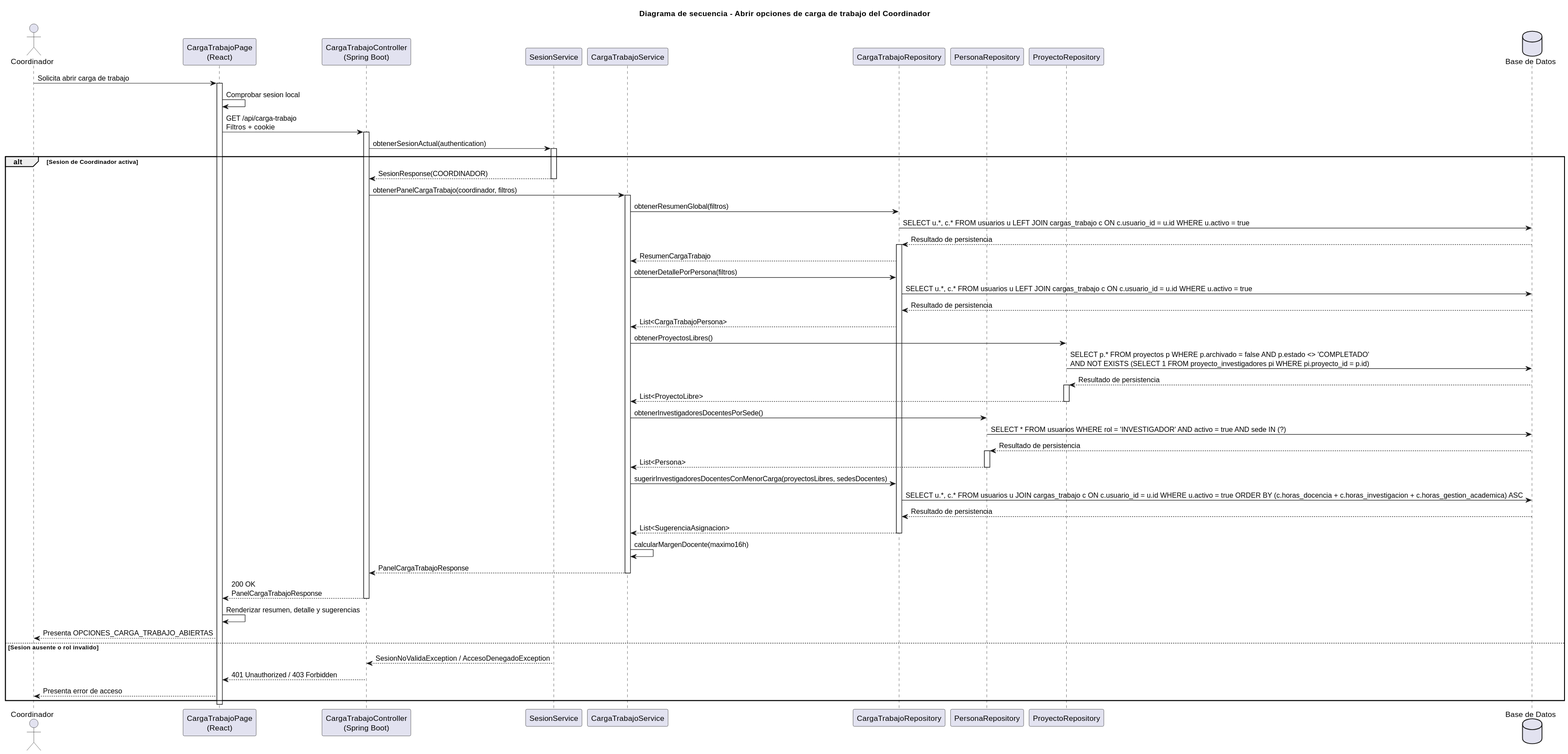
The PlantUML diagram images/RUP/02-diseño/casos-uso/coordinador/abrirOpcionesCargaTrabajo/secuencia.svg in beatriizorozco/25-26-idsw2-sdVC, before a commit.
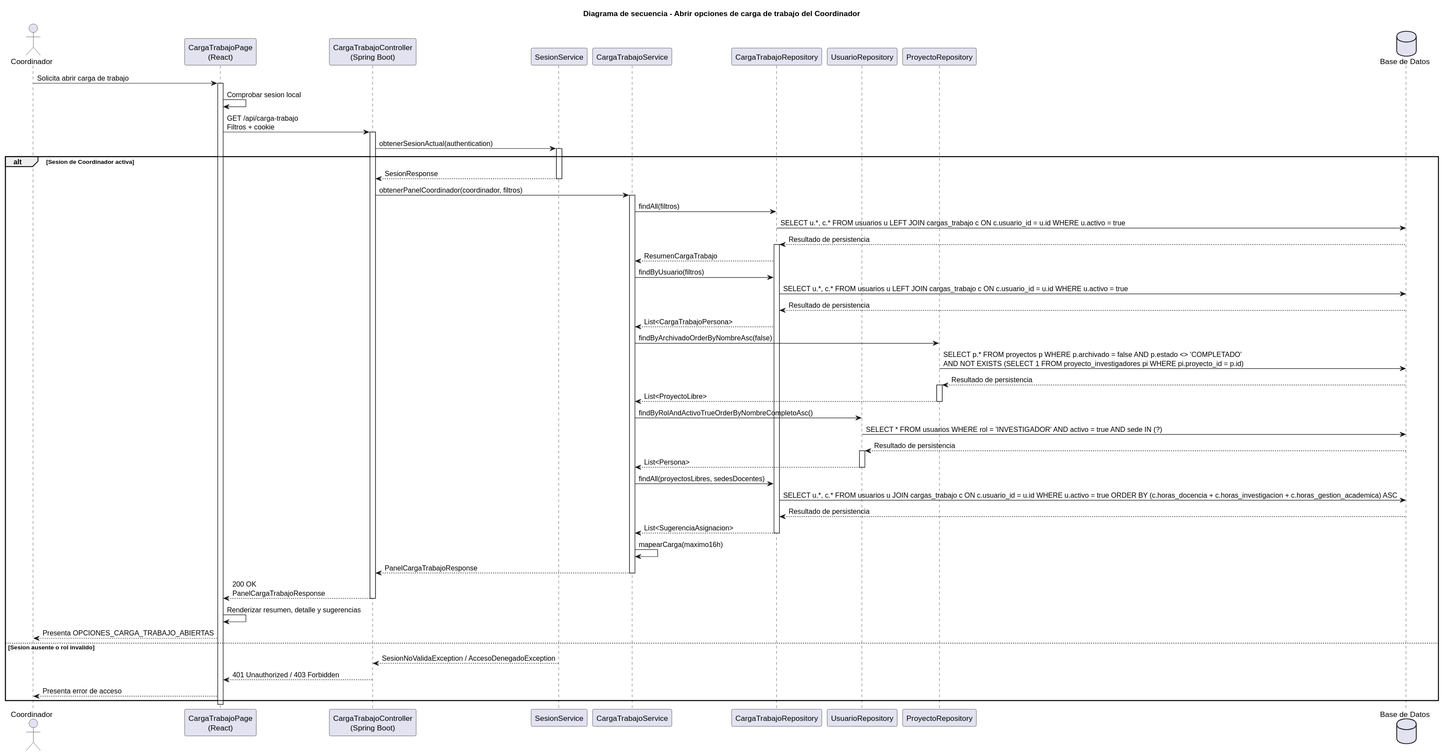
After the change.

What changed in the source:
```diff
@@ -7,7 +7,7 @@
 participant "SesionService" as Sesion
 participant "CargaTrabajoService" as Service
 participant "CargaTrabajoRepository" as CargaRepo
-participant "PersonaRepository" as PersonaRepo
+participant "UsuarioRepository" as PersonaRepo
 participant "ProyectoRepository" as ProyectoRepo
 database "Base de Datos" as DB
 
@@ -19,37 +19,37 @@
 Api -> Sesion: obtenerSesionActual(authentication)
 activate Sesion
 alt Sesion de Coordinador activa
-    Sesion --> Api: SesionResponse(COORDINADOR)
+    Sesion --> Api: SesionResponse
     deactivate Sesion
-    Api -> Service: obtenerPanelCargaTrabajo(coordinador, filtros)
+    Api -> Service: obtenerPanelCoordinador(coordinador, filtros)
     activate Service
-    Service -> CargaRepo: obtenerResumenGlobal(filtros)
+    Service -> CargaRepo: findAll(filtros)
     CargaRepo -> DB: SELECT u.*, c.* FROM usuarios u LEFT JOIN cargas_trabajo c ON c.usuario_id = u.id WHERE u.activo = true
     DB --> CargaRepo: Resultado de persistencia
     activate CargaRepo
     CargaRepo --> Service: ResumenCargaTrabajo
-    Service -> CargaRepo: obtenerDetallePorPersona(filtros)
+    Service -> CargaRepo: findByUsuario(filtros)
     CargaRepo -> DB: SELECT u.*, c.* FROM usuarios u LEFT JOIN cargas_trabajo c ON c.usuario_id = u.id WHERE u.activo = true
     DB --> CargaRepo: Resultado de persistencia
     CargaRepo --> Service: List<CargaTrabajoPersona>
-    Service -> ProyectoRepo: obtenerProyectosLibres()
+    Service -> ProyectoRepo: findByArchivadoOrderByNombreAsc(false)
 ProyectoRepo -> DB: SELECT p.* FROM proyectos p WHERE p.archivado = false AND p.estado <> 'COMPLETADO'\nAND NOT EXISTS (SELECT 1 FROM proyecto_investigadores pi WHERE pi.proyecto_id = p.id)
     DB --> ProyectoRepo: Resultado de persistencia
     activate ProyectoRepo
     ProyectoRepo --> Service: List<ProyectoLibre>
     deactivate ProyectoRepo
-    Service -> PersonaRepo: obtenerInvestigadoresDocentesPorSede()
+    Service -> PersonaRepo: findByRolAndActivoTrueOrderByNombreCompletoAsc()
     PersonaRepo -> DB: SELECT * FROM usuarios WHERE rol = 'INVESTIGADOR' AND activo = true AND sede IN (?)
     DB --> PersonaRepo: Resultado de persistencia
     activate PersonaRepo
     PersonaRepo --> Service: List<Persona>
     deactivate PersonaRepo
-    Service -> CargaRepo: sugerirInvestigadoresDocentesConMenorCarga(proyectosLibres, sedesDocentes)
+    Service -> CargaRepo: findAll(proyectosLibres, sedesDocentes)
     CargaRepo -> DB: SELECT u.*, c.* FROM usuarios u JOIN cargas_trabajo c ON c.usuario_id = u.id WHERE u.activo = true ORDER BY (c.horas_docencia + c.horas_investigacion + c.horas_gestion_academica) ASC
     DB --> CargaRepo: Resultado de persistencia
     CargaRepo --> Service: List<SugerenciaAsignacion>
     deactivate CargaRepo
-    Service -> Service: calcularMargenDocente(maximo16h)
+    Service -> Service: mapearCarga(maximo16h)
     Service --> Api: PanelCargaTrabajoResponse
     deactivate Service
     Api --> Frontend: 200 OK\nPanelCargaTrabajoResponse
```
